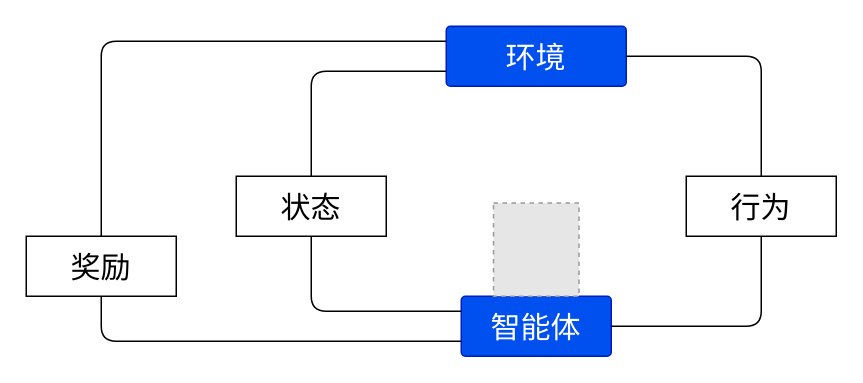
This is images/reinforcement-learning.drawio from cs-course/data-center-course, a draw.io file, before an edit. Source tidied: cells renumbered, new cells numbered last; positions are measured from the earlier drawing's top-left corner, leaving out a move shared by most shapes. Both pictures are drawn from the tidied source at 150%, with x=0, y=0 at pixel (26, 26). Pictures stored in the file or linked from it are replaced by grey dashed boxes.
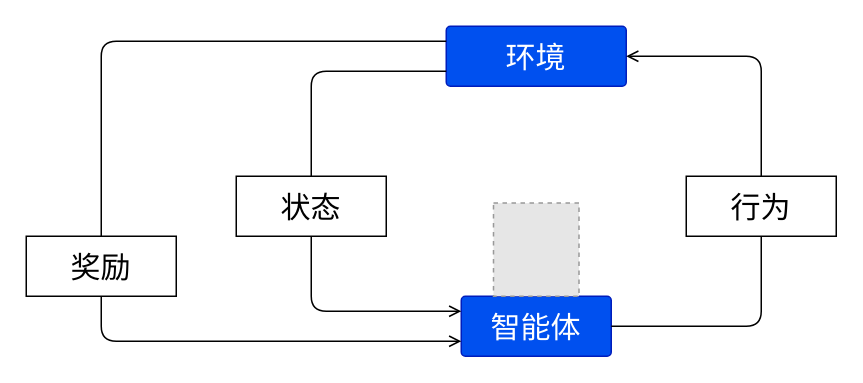
Above is the later version.

Change to the diagram source:
```diff
@@
 <mxGraphModel>
   <root>
     <mxCell id="0" />
     <mxCell id="1" parent="0" />
     <mxCell id="2" value="环境" style="rounded=1;whiteSpace=wrap;html=1;arcSize=7;fillColor=#0050ef;strokeColor=#001DBC;fontColor=#ffffff;fontSize=20;" parent="1" vertex="1">
       <mxGeometry x="280" width="120" height="40" as="geometry" />
     </mxCell>
     <mxCell id="3" value="智能体" style="rounded=1;whiteSpace=wrap;html=1;arcSize=7;fillColor=#0050ef;strokeColor=#001DBC;fontColor=#ffffff;fontSize=20;" parent="1" vertex="1">
       <mxGeometry x="290" y="180" width="100" height="40" as="geometry" />
     </mxCell>
     <mxCell id="4" style="fillColor=#E6E6E6;strokeColor=#999999;dashed=1;verticalLabelPosition=bottom;verticalAlign=top;fontSize=20;" parent="1" vertex="1">
       <mxGeometry x="311.5" y="117.9" width="57" height="62.1" as="geometry" />
     </mxCell>
     <mxCell id="5" value="行为" style="rounded=0;whiteSpace=wrap;html=1;fontSize=20;" parent="1" vertex="1">
       <mxGeometry x="440" y="100" width="100" height="40" as="geometry" />
     </mxCell>
     <mxCell id="6" value="状态" style="rounded=0;whiteSpace=wrap;html=1;fontSize=20;" parent="1" vertex="1">
       <mxGeometry x="140" y="100" width="100" height="40" as="geometry" />
     </mxCell>
     <mxCell id="7" value="奖励" style="rounded=0;whiteSpace=wrap;html=1;fontSize=20;" parent="1" vertex="1">
       <mxGeometry y="140" width="100" height="40" as="geometry" />
     </mxCell>
     <mxCell id="8" style="endArrow=none;html=1;fontSize=20;exitX=1;exitY=0.5;exitDx=0;exitDy=0;entryX=0.5;entryY=1;entryDx=0;entryDy=0;edgeStyle=orthogonalEdgeStyle;" parent="1" edge="1" source="3" target="5">
       <mxGeometry relative="1" as="geometry" />
     </mxCell>
-    <mxCell id="9" style="endArrow=none;html=1;fontSize=20;exitX=0.5;exitY=0;exitDx=0;exitDy=0;entryX=1;entryY=0.5;entryDx=0;entryDy=0;edgeStyle=orthogonalEdgeStyle;" parent="1" edge="1" source="5" target="2">
+    <mxCell id="9" style="endArrow=open;html=1;fontSize=20;exitX=0.5;exitY=0;exitDx=0;exitDy=0;entryX=1;entryY=0.5;entryDx=0;entryDy=0;edgeStyle=orthogonalEdgeStyle;endFill=0;" parent="1" edge="1" source="5" target="2">
       <mxGeometry relative="1" as="geometry" />
     </mxCell>
-    <mxCell id="10" style="endArrow=none;html=1;fontSize=20;exitX=0;exitY=0.25;exitDx=0;exitDy=0;edgeStyle=orthogonalEdgeStyle;exitPerimeter=0;" parent="1" edge="1" source="3" target="6">
+    <mxCell id="10" style="endArrow=none;html=1;fontSize=20;exitX=0;exitY=0.25;exitDx=0;exitDy=0;edgeStyle=orthogonalEdgeStyle;exitPerimeter=0;endFill=0;startArrow=open;startFill=0;" parent="1" edge="1" source="3" target="6">
       <mxGeometry relative="1" as="geometry" />
     </mxCell>
     <mxCell id="11" style="endArrow=none;html=1;fontSize=20;exitX=0.5;exitY=0;exitDx=0;exitDy=0;entryX=0;entryY=0.75;entryDx=0;entryDy=0;edgeStyle=orthogonalEdgeStyle;" parent="1" edge="1" source="6" target="2">
       <mxGeometry relative="1" as="geometry" />
     </mxCell>
-    <mxCell id="12" style="endArrow=none;html=1;fontSize=20;exitX=0;exitY=0.75;exitDx=0;exitDy=0;entryX=0.5;entryY=1;entryDx=0;entryDy=0;edgeStyle=orthogonalEdgeStyle;" parent="1" edge="1" source="3" target="7">
+    <mxCell id="12" style="endArrow=none;html=1;fontSize=20;exitX=0;exitY=0.75;exitDx=0;exitDy=0;entryX=0.5;entryY=1;entryDx=0;entryDy=0;edgeStyle=orthogonalEdgeStyle;startArrow=open;startFill=0;" parent="1" edge="1" source="3" target="7">
       <mxGeometry relative="1" as="geometry" />
     </mxCell>
     <mxCell id="13" style="endArrow=none;html=1;fontSize=20;exitX=0.5;exitY=0;exitDx=0;exitDy=0;entryX=0;entryY=0.25;entryDx=0;entryDy=0;edgeStyle=orthogonalEdgeStyle;" parent="1" edge="1" source="7" target="2">
       <mxGeometry relative="1" as="geometry" />
     </mxCell>
   </root>
 </mxGraphModel>
```
